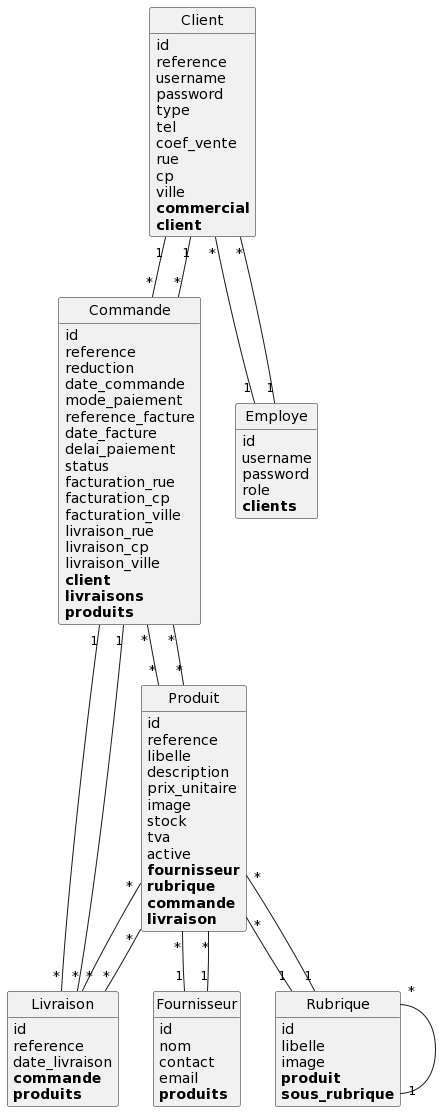
This is puml/index.png from Tsuihakuwu/GreenVillage, a PlantUML export, as it was before one commit.
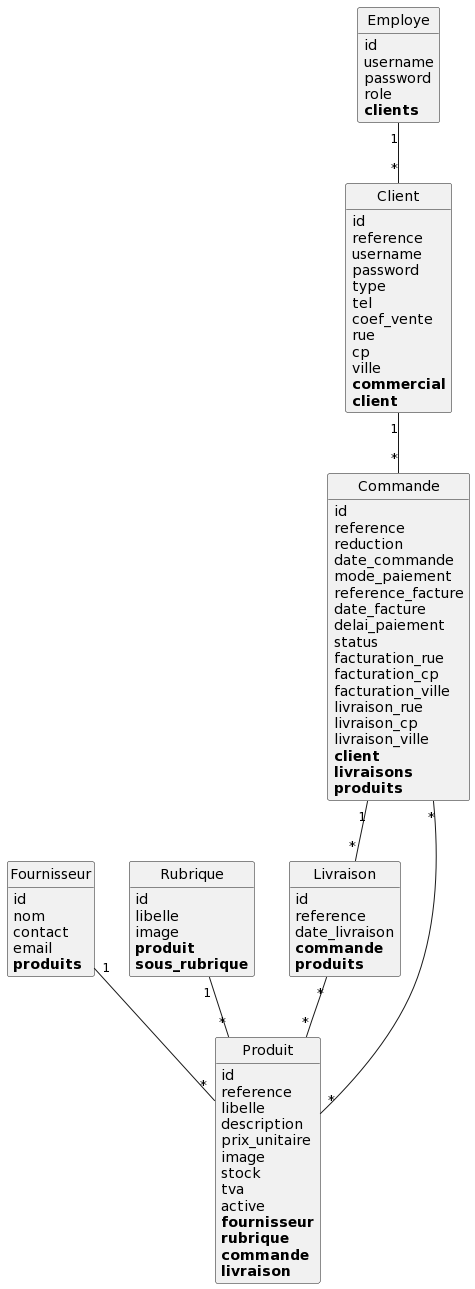
Above is the later version.

The edit, as a diff of the source:
```diff
@@ -83,21 +83,13 @@
 	**sous_rubrique**
 }
 
-Client "*"--"1" Employe
 Client "1"--"*" Commande
-Commande "*"--"1" Client
 Commande "1"--"*" Livraison
 Commande "*"--"*" Produit
 Employe "1"--"*" Client
 Fournisseur "1"--"*" Produit
-Livraison "*"--"1" Commande
 Livraison "*"--"*" Produit
-Produit "*"--"1" Fournisseur
-Produit "*"--"1" Rubrique
-Produit "*"--"*" Commande
-Produit "*"--"*" Livraison
 Rubrique "1"--"*" Produit
-Rubrique "*"--"1" Rubrique
 
 
 hide methods
```
